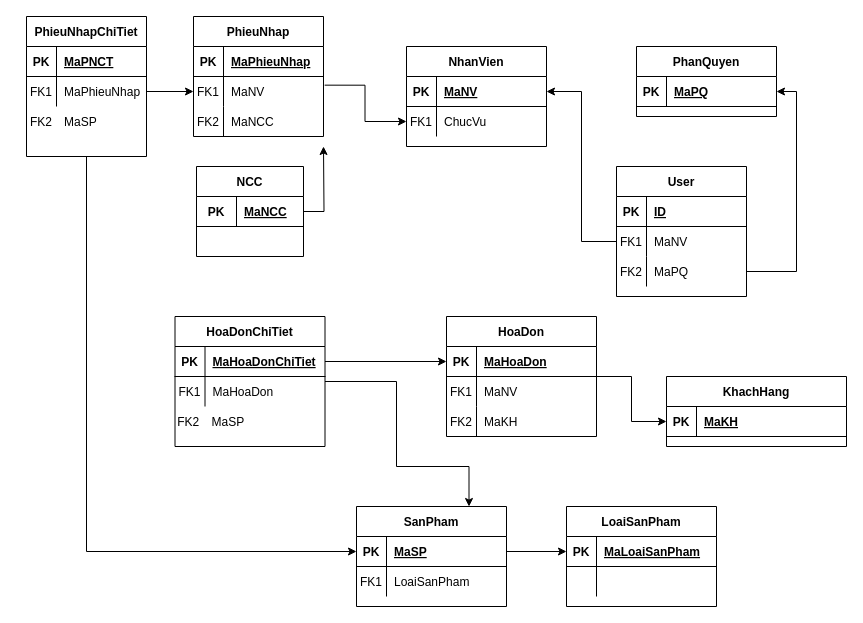
Earlier version of the draw.io diagram Untitled Diagram.drawio (kenken1501/Thang-Tran). Source tidied: cells renumbered, new cells numbered last; positions are measured from the earlier drawing's top-left corner, leaving out a move shared by most shapes. Both pictures are drawn from the tidied source at 100%, with x=0, y=0 at pixel (16, 16).
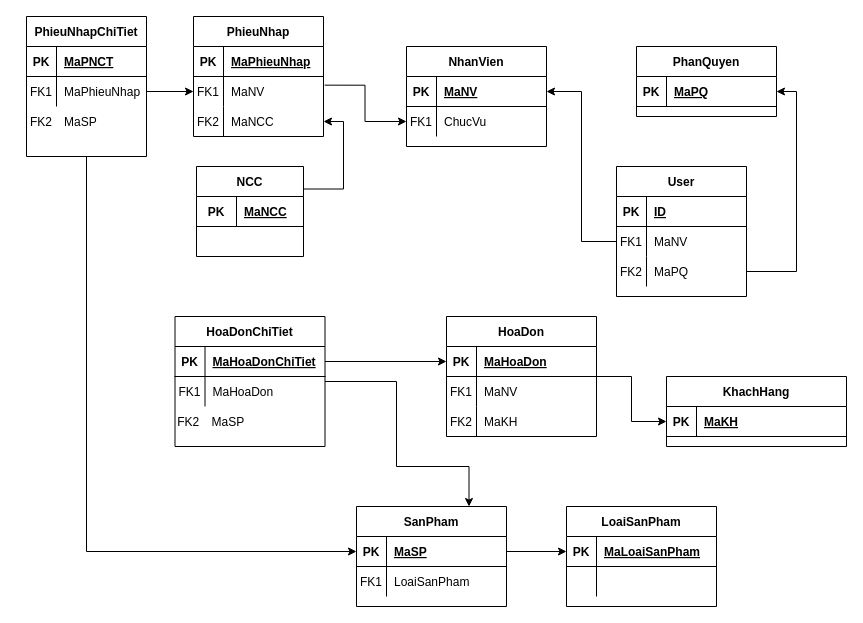
Above is the later version.

Unchanged cells that the change refers to:
```xml
<mxCell id="28" style="shape=partialRectangle;fillColor=none;top=0;left=0;bottom=0;right=0;points=[[0,0.5],[1,0.5]];portConstraint=eastwest;" parent="21" vertex="1">
  <mxGeometry y="90" width="130" height="30" as="geometry" />
</mxCell>
<mxCell id="39" value="NCC" style="shape=table;startSize=30;childLayout=tableLayout;rowLines=0;fontStyle=1;align=center;" parent="1" vertex="1">
  <mxGeometry x="180" y="150" width="107" height="90" as="geometry" />
</mxCell>
```

Diff of the diagram source:
```diff
@@
-    <mxCell id="5" style="edgeStyle=orthogonalEdgeStyle;rounded=0;jettySize=auto;html=1;entryX=1;entryY=0.5;entryDx=0;entryDy=0;" parent="1" edge="1" source="39">
-      <mxGeometry relative="1" as="geometry">
-        <mxPoint x="307" y="130" as="targetPoint" />
-      </mxGeometry>
+    <mxCell id="5" style="edgeStyle=orthogonalEdgeStyle;rounded=0;jettySize=auto;html=1;entryX=1;entryY=0.5;entryDx=0;entryDy=0;exitX=1;exitY=0.25;exitDx=0;exitDy=0;" parent="1" edge="1" source="39" target="28">
+      <mxGeometry relative="1" as="geometry" />
     </mxCell>
```
